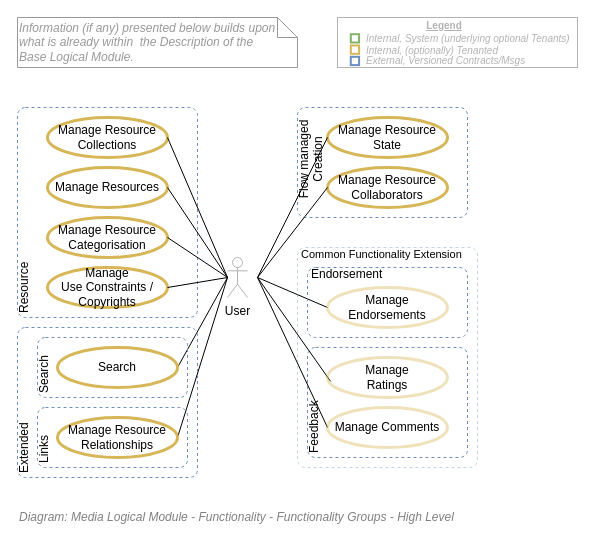
Earlier version of the draw.io diagram 43.Functionality View/Functionality View - Capabilities- Media Management Functionality.drawio (skysgh/System.Design.Resources.Service). Source tidied: cells renumbered, new cells numbered last; positions are measured from the earlier drawing's top-left corner, leaving out a move shared by most shapes. Both pictures are drawn from the tidied source at 100%, with x=0, y=0 at pixel (17, 17).
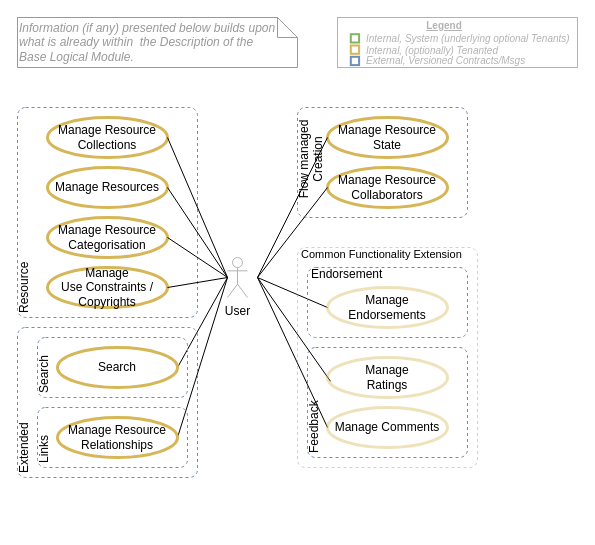
After the change.

Change to the diagram source:
```diff
@@
-    <mxCell id="2" value="&lt;font style=&quot;font-size: 12px&quot;&gt;Diagram: Media Logical Module -&amp;nbsp;Functionality - Functionality Groups - High Level&lt;/font&gt;" style="text;strokeColor=none;fillColor=none;html=1;fontSize=12;fontStyle=2;verticalAlign=middle;align=left;shadow=0;glass=0;comic=0;opacity=30;fontColor=#808080;" parent="1" vertex="1">
-      <mxGeometry y="490" width="520" height="20" as="geometry" />
-    </mxCell>
```
